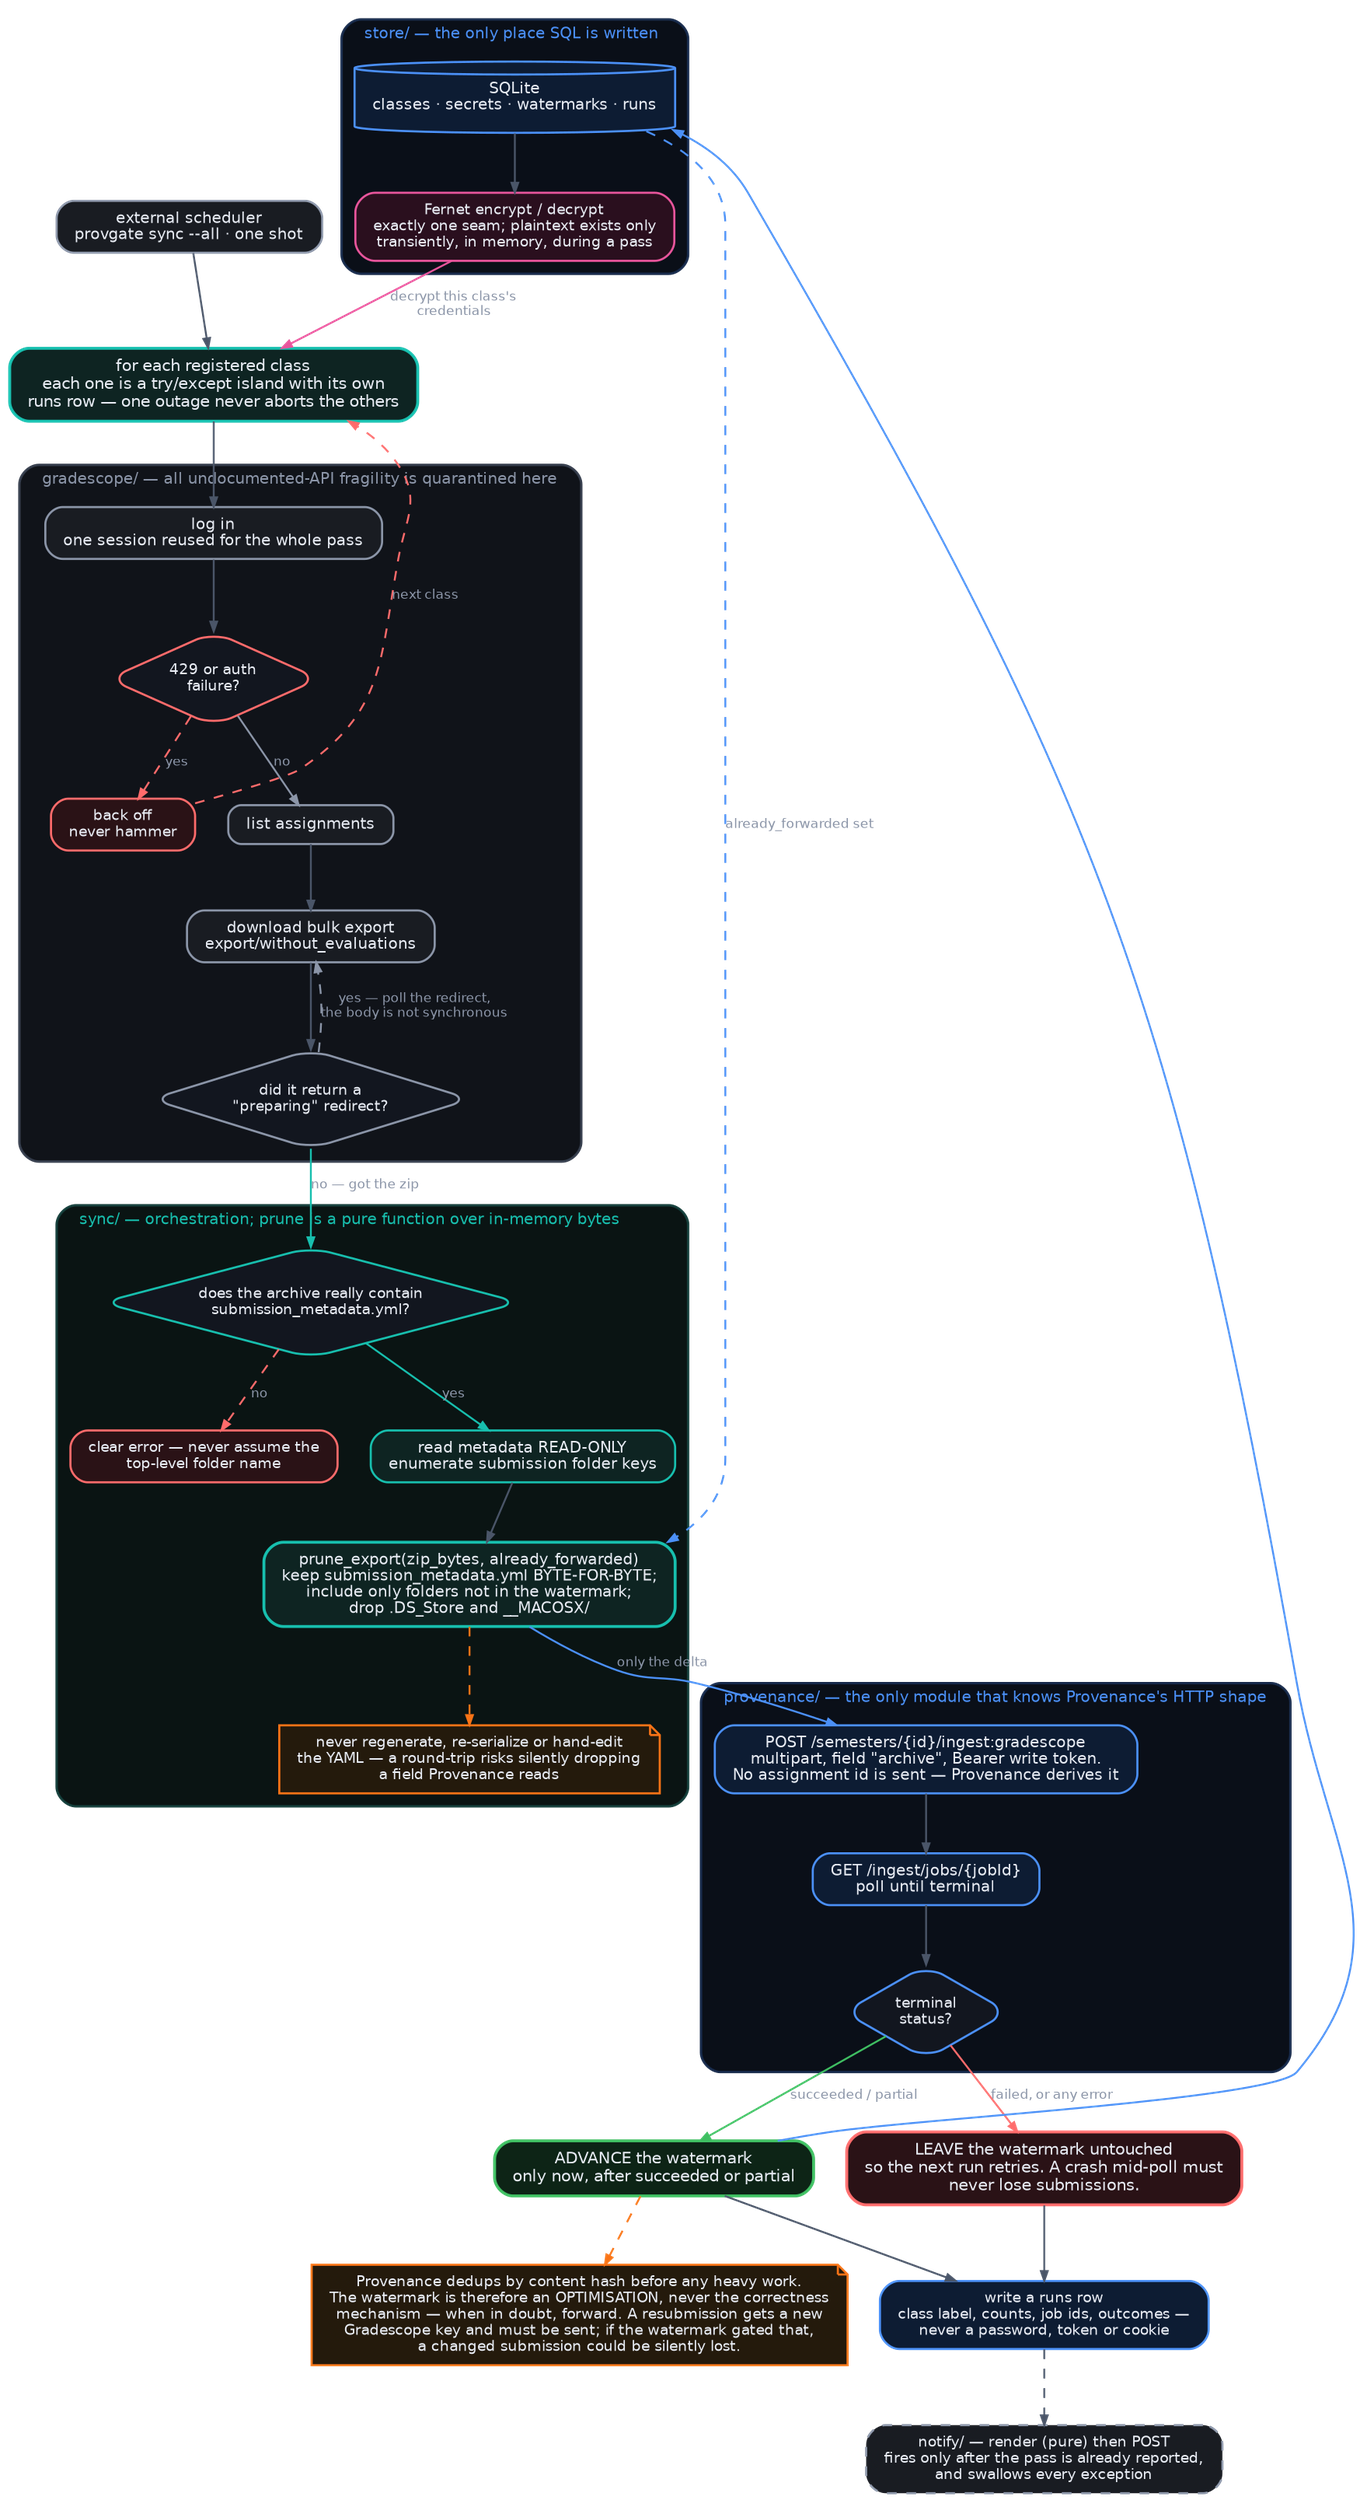
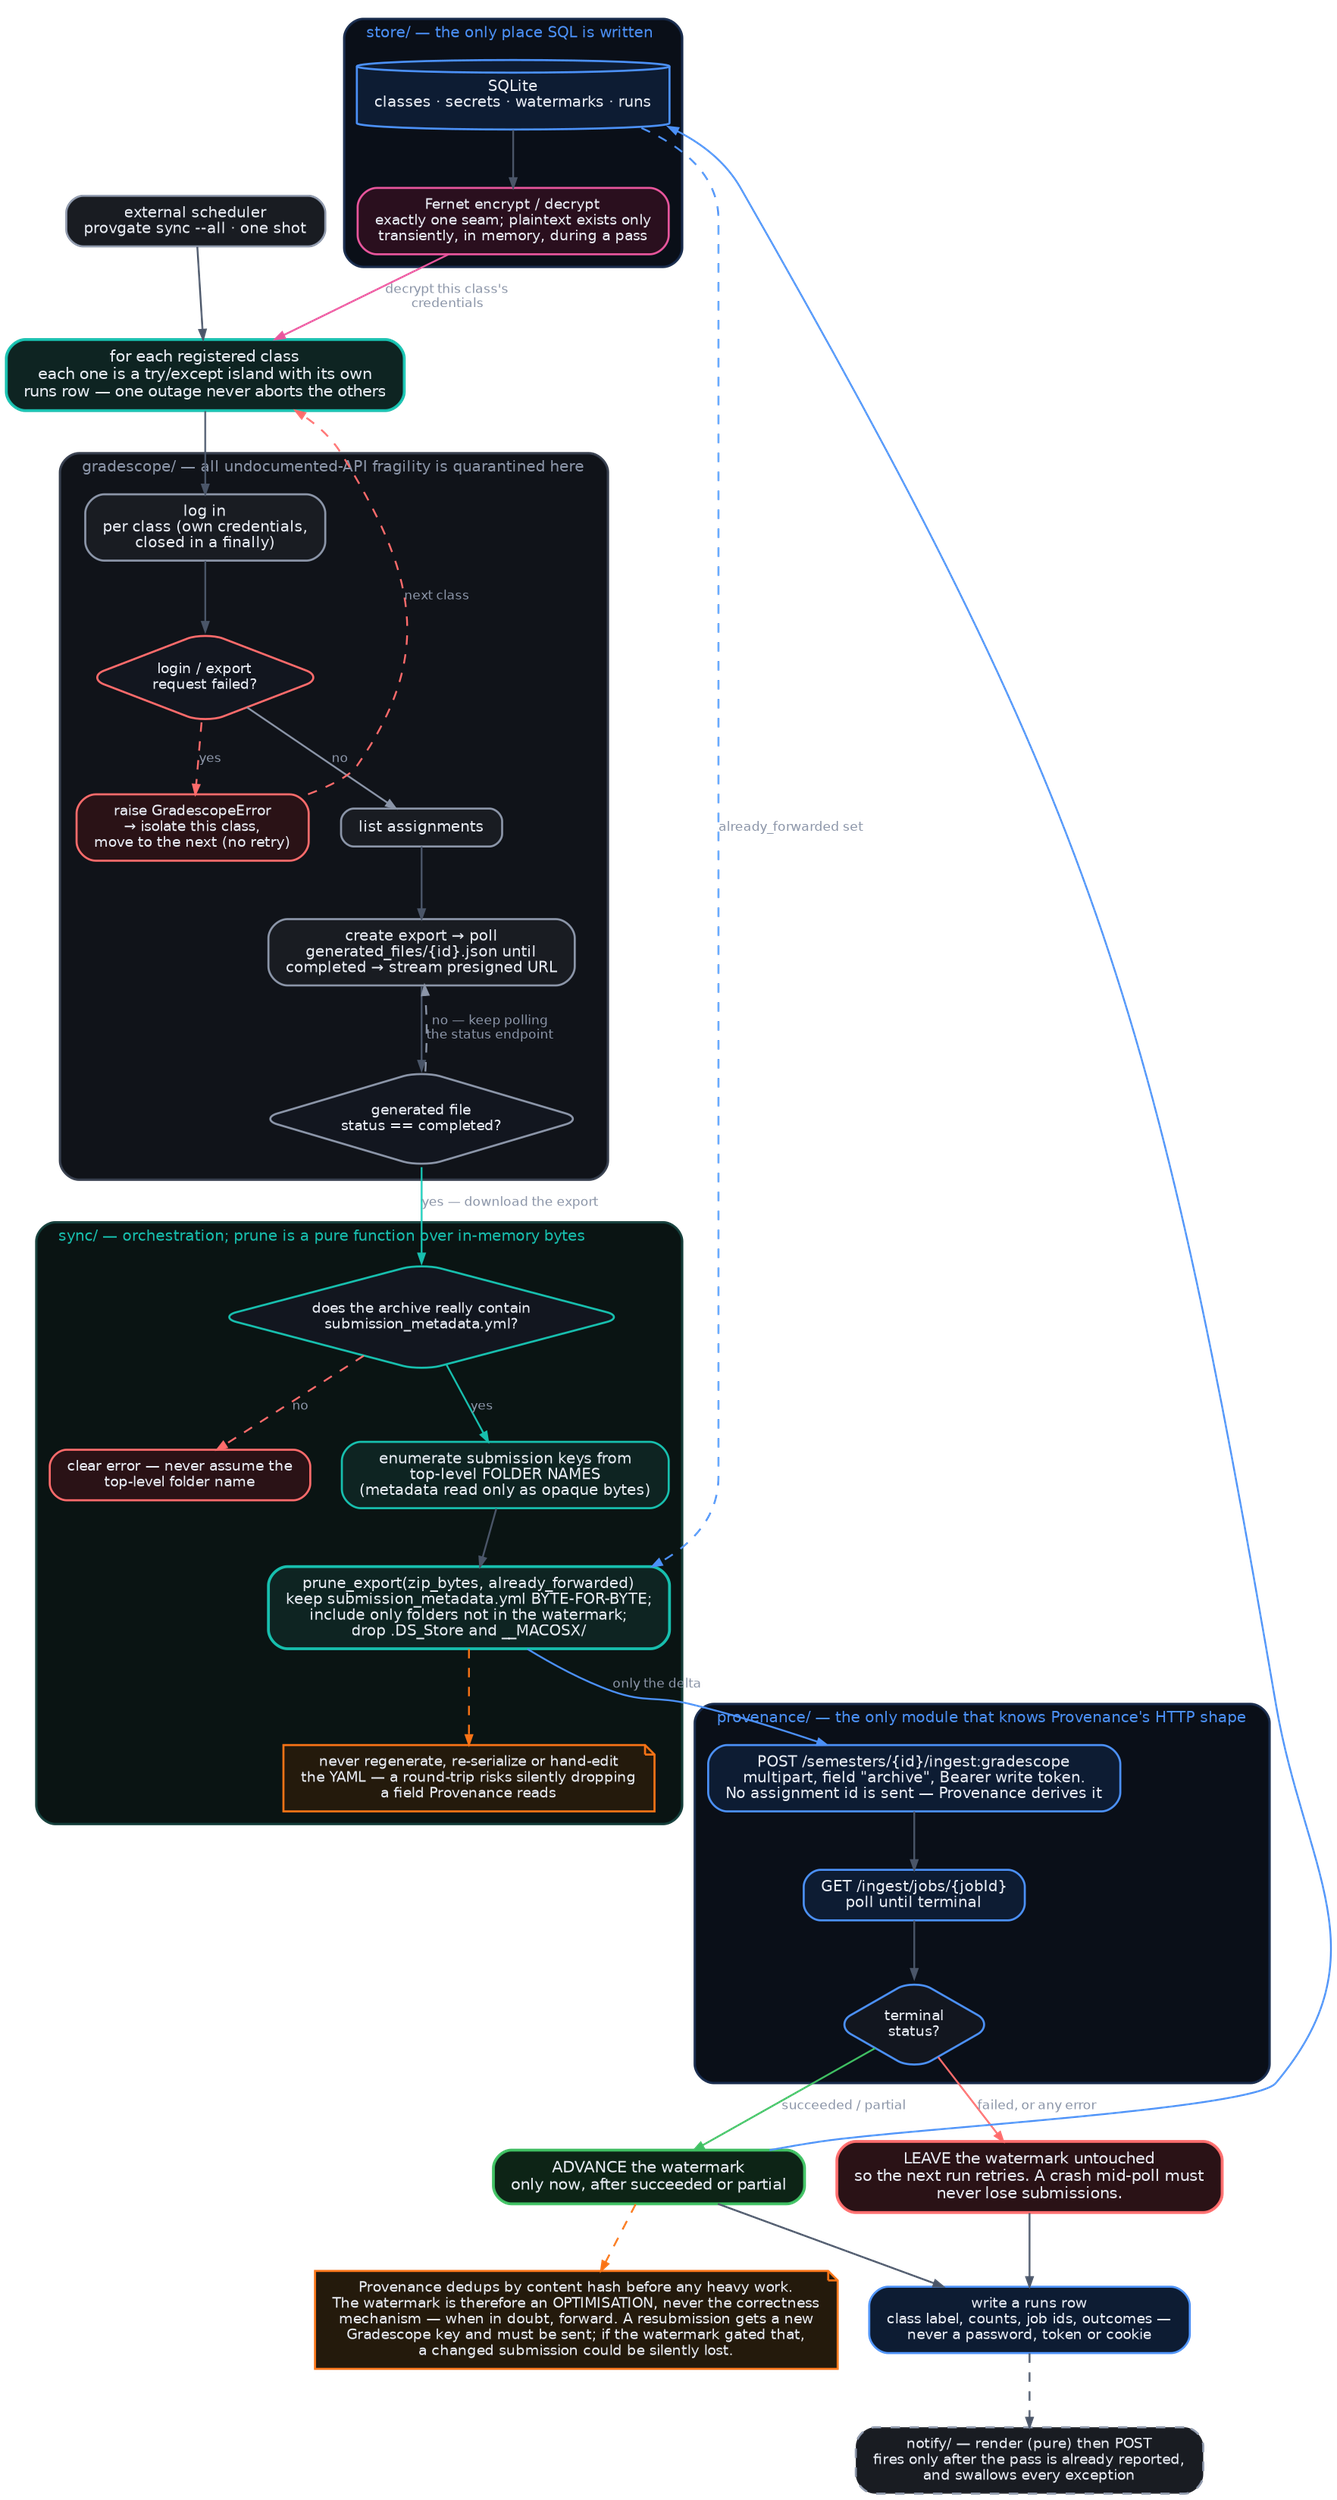
digraph provgate {
  bgcolor="transparent" rankdir=TB splines=spline compound=true
  nodesep=0.28 ranksep=0.50 fontname="Helvetica"
  node [shape=box style="filled,rounded" fontname="Helvetica" fontsize=10
        fontcolor="#e8ecf4" fillcolor="#161b26" color="#3a4457" penwidth=1.3
        margin="0.15,0.08" height=0.34]
  edge [fontname="Helvetica" fontsize=8.2 fontcolor="#8b95a8"
        color="#4a5568" arrowsize=0.6 penwidth=1.15]

  cron [label="external scheduler\nprovgate sync --all · one shot"
        fillcolor="#191c22" color="#8b95a8" fontsize=9.5]

  subgraph cluster_store {
    label="  store/ — the only place SQL is written  " fontsize=9.5 fontcolor="#4b90f7"
    color="#16294a" penwidth=1.5 style=rounded bgcolor="#0a0f18" labeljust="l"
    node [fillcolor="#0d1c33" color="#4b90f7" fontsize=9.5]
    sqlite [label="SQLite\nclasses · secrets · watermarks · runs"
            shape=cylinder height=0.6]
    fern   [label="Fernet encrypt / decrypt\nexactly one seam; plaintext exists only\ntransiently, in memory, during a pass"
            fillcolor="#2a0f1e" color="#e8559c" fontsize=9]
  }

  loop [label="for each registered class\neach one is a try/except island with its own\nruns row — one outage never aborts the others"
        fillcolor="#0e2422" color="#17bfae" penwidth=1.8]

  subgraph cluster_gs {
    label="  gradescope/ — all undocumented-API fragility is quarantined here  "
    fontsize=9.5 fontcolor="#8b95a8" color="#333b4a" penwidth=1.5 style=rounded
    bgcolor="#101319" labeljust="l"
    node [fillcolor="#191c22" color="#8b95a8" fontsize=9.5]
-     gslogin [label="log in\none session reused for the whole pass"]
-     gsauth  [label="429 or auth\nfailure?" shape=diamond fillcolor="#12161f" color="#ff6b6b"
+     gslogin [label="log in\nper class (own credentials,\nclosed in a finally)"]
+     gsauth  [label="login / export\nrequest failed?" shape=diamond fillcolor="#12161f" color="#ff6b6b"
             fontsize=9 height=0.8 width=1.4]
-     gsback  [label="back off\nnever hammer" fillcolor="#2a1216" color="#ff6b6b" fontsize=9]
+     gsback  [label="raise GradescopeError\n→ isolate this class,\nmove to the next (no retry)" fillcolor="#2a1216" color="#ff6b6b" fontsize=9]
    gslist  [label="list assignments"]
-     gsdl    [label="download bulk export\nexport/without_evaluations"]
-     gsprep  [label="did it return a\n\"preparing\" redirect?" shape=diamond fillcolor="#12161f"
+     gsdl    [label="create export → poll\ngenerated_files/{id}.json until\ncompleted → stream presigned URL"]
+     gsprep  [label="generated file\nstatus == completed?" shape=diamond fillcolor="#12161f"
             color="#8b95a8" fontsize=9 height=0.85 width=1.9]
  }

  subgraph cluster_sync {
    label="  sync/ — orchestration; prune is a pure function over in-memory bytes  "
    fontsize=9.5 fontcolor="#17bfae" color="#123c38" penwidth=1.5 style=rounded
    bgcolor="#0a1413" labeljust="l"
    node [fillcolor="#0e2422" color="#17bfae" fontsize=9.5]
    valid  [label="does the archive really contain\nsubmission_metadata.yml?" shape=diamond
            fillcolor="#12161f" fontsize=9 height=0.95 width=2.3]
    bad    [label="clear error — never assume the\ntop-level folder name"
            fillcolor="#2a1216" color="#ff6b6b" fontsize=9]
-     enum   [label="read metadata READ-ONLY\nenumerate submission folder keys"]
+     enum   [label="enumerate submission keys from\ntop-level FOLDER NAMES\n(metadata read only as opaque bytes)"]
    prune  [label="prune_export(zip_bytes, already_forwarded)\nkeep submission_metadata.yml BYTE-FOR-BYTE;\ninclude only folders not in the watermark;\ndrop .DS_Store and __MACOSX/" penwidth=1.8]
    never  [label="never regenerate, re-serialize or hand-edit\nthe YAML — a round-trip risks silently dropping\na field Provenance reads"
            shape=note fillcolor="#241a0c" color="#F97316" fontsize=9]
  }

  subgraph cluster_prov {
    label="  provenance/ — the only module that knows Provenance's HTTP shape  "
    fontsize=9.5 fontcolor="#4b90f7" color="#16294a" penwidth=1.5 style=rounded
    bgcolor="#0a0f18" labeljust="l"
    node [fillcolor="#0d1c33" color="#4b90f7" fontsize=9.5]
    post [label="POST /semesters/{id}/ingest:gradescope\nmultipart, field \"archive\", Bearer write token.\nNo assignment id is sent — Provenance derives it"]
    poll [label="GET /ingest/jobs/{jobId}\npoll until terminal"]
    term [label="terminal\nstatus?" shape=diamond fillcolor="#12161f" fontsize=9
          height=0.8 width=1.3]
  }

  adv  [label="ADVANCE the watermark\nonly now, after succeeded or partial"
        fillcolor="#0d2416" color="#3fbf62" penwidth=1.8]
  hold [label="LEAVE the watermark untouched\nso the next run retries. A crash mid-poll must\nnever lose submissions."
        fillcolor="#2a1216" color="#ff6b6b" penwidth=1.8]

  dedupnote [label="Provenance dedups by content hash before any heavy work.\nThe watermark is therefore an OPTIMISATION, never the correctness\nmechanism — when in doubt, forward. A resubmission gets a new\nGradescope key and must be sent; if the watermark gated that,\na changed submission could be silently lost."
             shape=note fillcolor="#241a0c" color="#F97316" fontsize=9]

  runs [label="write a runs row\nclass label, counts, job ids, outcomes —\nnever a password, token or cookie"
        fillcolor="#0d1c33" color="#4b90f7" fontsize=9]
  notify [label="notify/ — render (pure) then POST\nfires only after the pass is already reported,\nand swallows every exception"
          fillcolor="#191c22" color="#8b95a8" style="filled,rounded,dashed" fontsize=9]

  cron -> loop
  sqlite -> fern
  fern -> loop [label="decrypt this class's\ncredentials" color="#e8559c"]
  loop -> gslogin
  gslogin -> gsauth
  gsauth -> gsback [label="yes" color="#ff6b6b" style=dashed]
  gsback -> loop [label="next class" color="#ff6b6b" style=dashed constraint=false]
  gsauth -> gslist [label="no" color="#8b95a8"]
  gslist -> gsdl
  gsdl -> gsprep
-   gsprep -> gsdl [label="yes — poll the redirect,\nthe body is not synchronous" color="#8b95a8" style=dashed constraint=false]
-   gsprep -> valid [label="no — got the zip" color="#17bfae"]
+   gsprep -> gsdl [label="no — keep polling\nthe status endpoint" color="#8b95a8" style=dashed constraint=false]
+   gsprep -> valid [label="yes — download the export" color="#17bfae"]
  valid -> bad [label="no" color="#ff6b6b" style=dashed]
  valid -> enum [label="yes" color="#17bfae"]
  enum -> prune
  sqlite -> prune [label="already_forwarded set" color="#4b90f7" style=dashed]
  prune -> never [style=dashed color="#F97316"]
  prune -> post [label="only the delta" color="#4b90f7"]
  post -> poll
  poll -> term
  term -> adv  [label="succeeded / partial" color="#3fbf62"]
  term -> hold [label="failed, or any error" color="#ff6b6b"]
  adv -> sqlite [color="#4b90f7" constraint=false]
  adv -> dedupnote [style=dashed color="#F97316"]
  adv -> runs
  hold -> runs
  runs -> notify [style=dashed]
}
